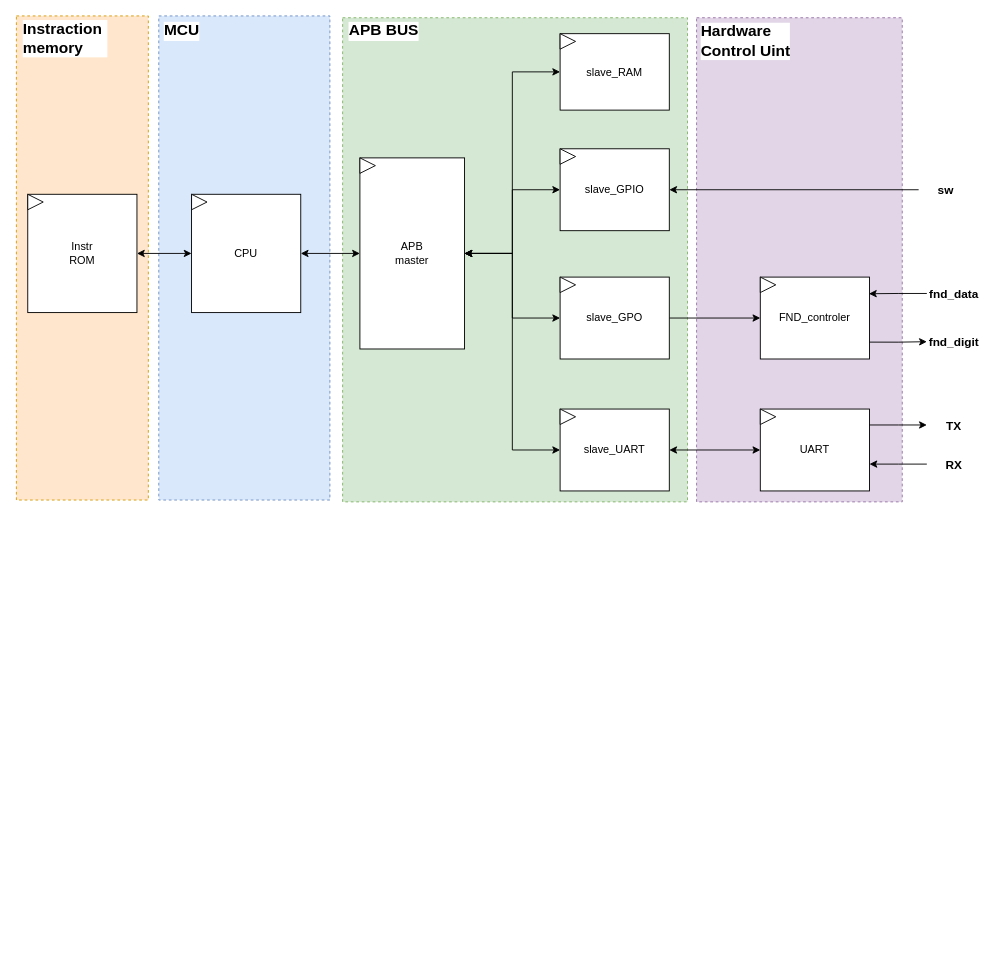
JunHyoung0608/Verilog_2026_Project keeps this draw.io diagram as project/02_risc_v/C09_mcu/top.drawio. Above is the earlier version. Source tidied: cells renumbered, new cells numbered last; positions are measured from the earlier drawing's top-left corner, leaving out a move shared by most shapes. Both pictures are drawn from the tidied source at 91%, with x=0, y=0 at pixel (16, 15).
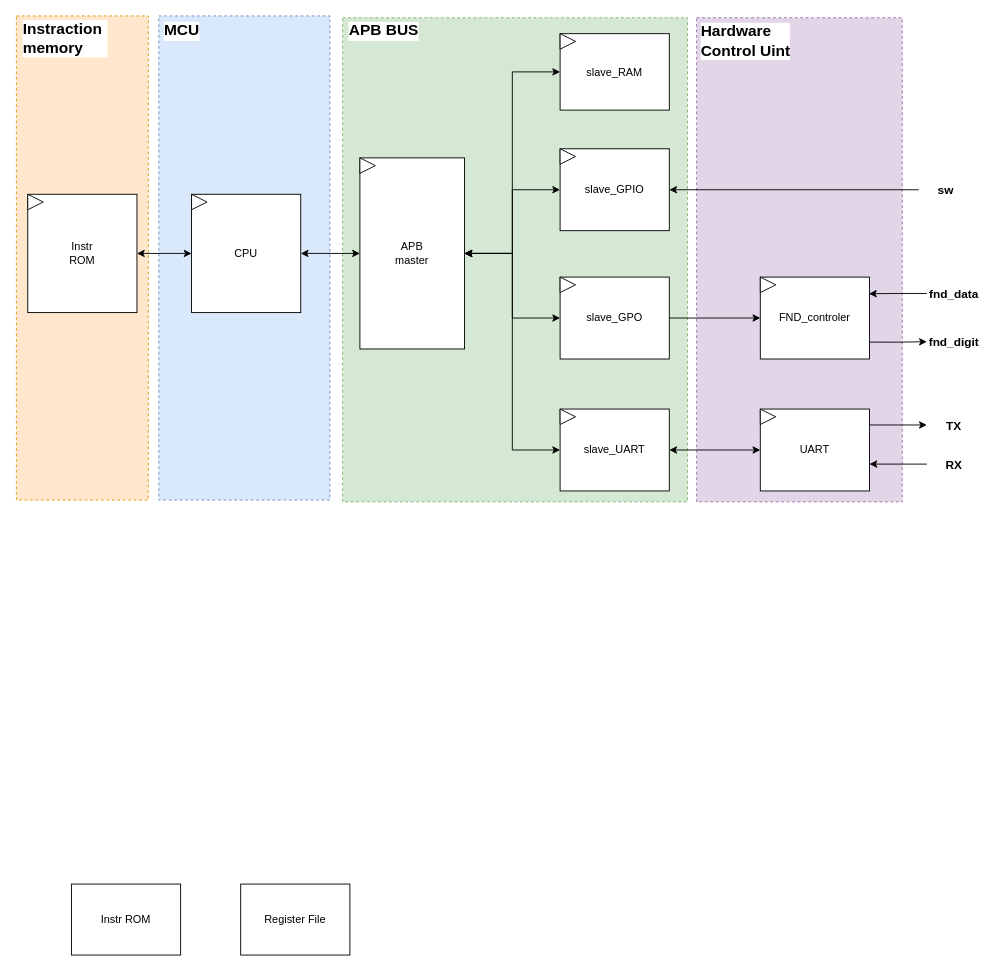
After the change.

Change to the diagram source:
```diff
@@
+    <mxCell id="46" value="Instr ROM" style="rounded=0;whiteSpace=wrap;html=1;" parent="1" vertex="1">
+      <mxGeometry x="60" y="954" width="120" height="78" as="geometry" />
+    </mxCell>
+    <mxCell id="47" value="Register File" style="rounded=0;whiteSpace=wrap;html=1;" parent="1" vertex="1">
+      <mxGeometry x="246" y="954" width="120" height="78" as="geometry" />
+    </mxCell>
```
